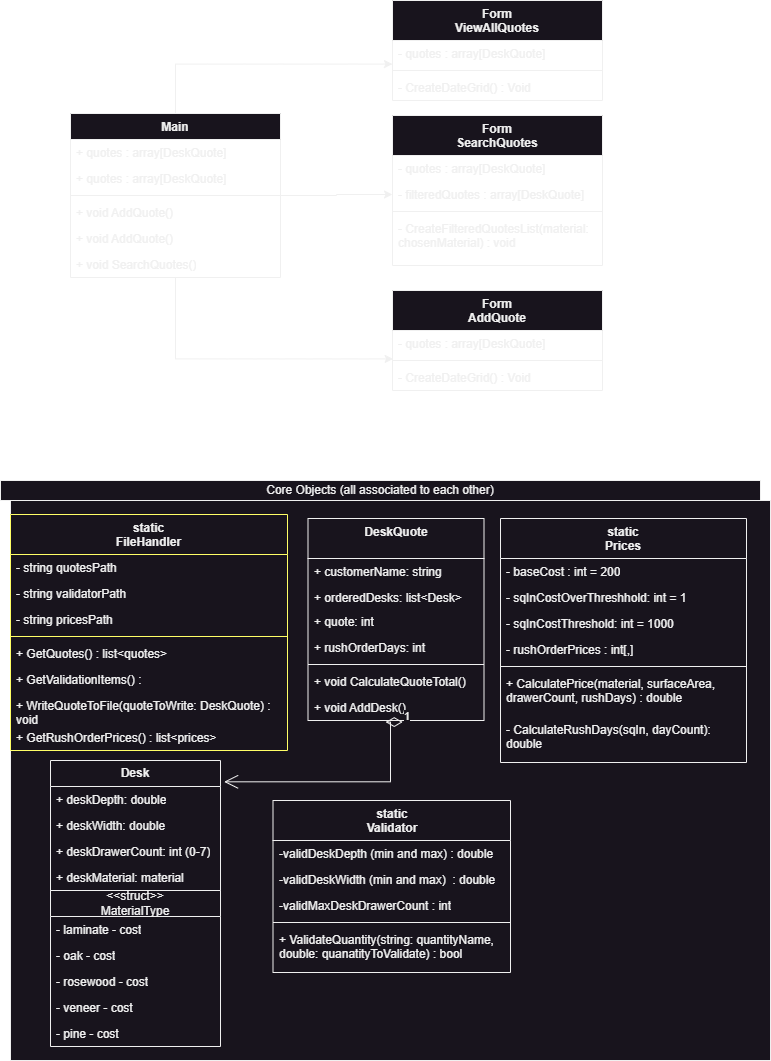
Earlier version of the draw.io export docs/class_diagram_drawio.png (ThomasAMH/Megadesk). Source tidied: cells renumbered, new cells last; positions are measured from the earlier drawing's top-left corner, leaving out a move shared by most shapes.
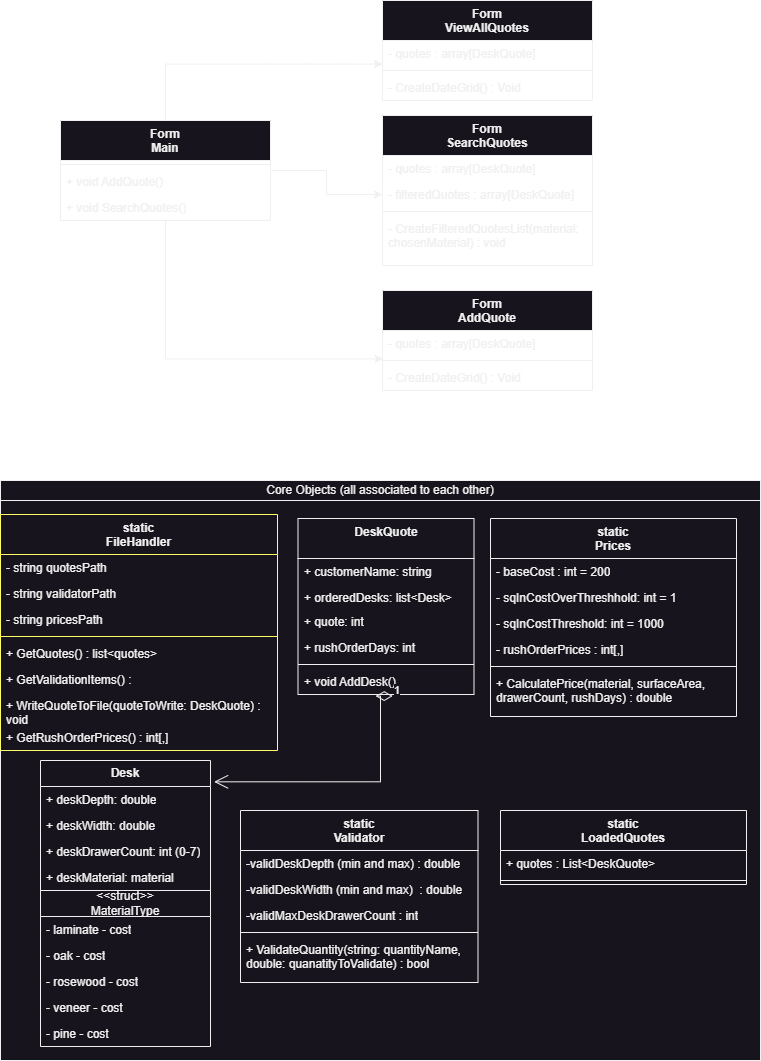
Above is the later version.

The edit, as a diff of the source:
```diff
@@ -24,7 +24,7 @@
       <mxGeometry y="130" width="170" height="26" as="geometry" />
     </mxCell>
     <mxCell id="9" value="DeskQuote" style="swimlane;fontStyle=1;align=center;verticalAlign=top;horizontal=1;startSize=40;whiteSpace=wrap;html=1;" parent="1" vertex="1">
-      <mxGeometry x="307.5" y="518" width="176" height="202" as="geometry" />
+      <mxGeometry x="307.5" y="518" width="176" height="176" as="geometry" />
     </mxCell>
     <mxCell id="10" value="+ customerName: string" style="text;strokeColor=none;fillColor=none;align=left;verticalAlign=top;spacingLeft=4;spacingRight=4;overflow=hidden;whiteSpace=wrap;html=1;" parent="9" vertex="1">
       <mxGeometry y="40" width="176" height="26" as="geometry" />
@@ -41,38 +41,26 @@
     <mxCell id="14" style="line;strokeWidth=1;fillColor=none;align=left;verticalAlign=middle;spacingTop=-1;spacingLeft=3;spacingRight=3;labelPosition=right;strokeColor=inherit;" parent="9" vertex="1">
       <mxGeometry y="142" width="176" height="8" as="geometry" />
     </mxCell>
-    <mxCell id="15" value="+ void CalculateQuoteTotal()" style="text;strokeColor=none;fillColor=none;align=left;verticalAlign=top;spacingLeft=4;spacingRight=4;overflow=hidden;whiteSpace=wrap;html=1;" parent="9" vertex="1">
-      <mxGeometry y="150" width="176" height="26" as="geometry" />
-    </mxCell>
     <mxCell id="16" value="+ void AddDesk()" style="text;strokeColor=none;fillColor=none;align=left;verticalAlign=top;spacingLeft=4;spacingRight=4;overflow=hidden;points=[[0,0.5],[1,0.5]];portConstraint=eastwest;whiteSpace=wrap;html=1;" parent="9" vertex="1">
-      <mxGeometry y="176" width="176" height="26" as="geometry" />
+      <mxGeometry y="150" width="176" height="26" as="geometry" />
     </mxCell>
     <mxCell id="17" style="edgeStyle=orthogonalEdgeStyle;rounded=0;jettySize=auto;html=1;entryX=0;entryY=0.5;entryDx=0;entryDy=0;" parent="1" edge="1" source="18" target="61">
       <mxGeometry relative="1" as="geometry" />
     </mxCell>
-    <mxCell id="18" value="Main" style="swimlane;fontStyle=1;align=center;verticalAlign=top;horizontal=1;startSize=26;whiteSpace=wrap;html=1;" parent="1" vertex="1">
-      <mxGeometry x="70" y="113" width="210" height="164" as="geometry" />
+    <mxCell id="18" value="Form&lt;br&gt;Main" style="swimlane;fontStyle=1;align=center;verticalAlign=top;horizontal=1;startSize=40;whiteSpace=wrap;html=1;" parent="1" vertex="1">
+      <mxGeometry x="70" y="120" width="210" height="100" as="geometry" />
     </mxCell>
-    <mxCell id="19" value="+ quotes : array[DeskQuote]" style="text;strokeColor=none;fillColor=none;align=left;verticalAlign=top;spacingLeft=4;spacingRight=4;overflow=hidden;whiteSpace=wrap;html=1;" parent="18" vertex="1">
-      <mxGeometry y="26" width="210" height="26" as="geometry" />
-    </mxCell>
-    <mxCell id="20" value="+ quotes : array[DeskQuote]" style="text;strokeColor=none;fillColor=none;align=left;verticalAlign=top;spacingLeft=4;spacingRight=4;overflow=hidden;whiteSpace=wrap;html=1;" parent="18" vertex="1">
-      <mxGeometry y="52" width="210" height="26" as="geometry" />
-    </mxCell>
     <mxCell id="21" style="line;strokeWidth=1;fillColor=none;align=left;verticalAlign=middle;spacingTop=-1;spacingLeft=3;spacingRight=3;labelPosition=right;strokeColor=inherit;" parent="18" vertex="1">
-      <mxGeometry y="78" width="210" height="8" as="geometry" />
+      <mxGeometry y="40" width="210" height="8" as="geometry" />
     </mxCell>
-    <mxCell id="22" value="+ void AddQuote()" style="text;strokeColor=none;fillColor=none;align=left;verticalAlign=top;spacingLeft=4;spacingRight=4;overflow=hidden;whiteSpace=wrap;html=1;" parent="18" vertex="1">
-      <mxGeometry y="86" width="210" height="26" as="geometry" />
-    </mxCell>
     <mxCell id="23" value="+ void AddQuote()" style="text;strokeColor=none;fillColor=none;align=left;verticalAlign=top;spacingLeft=4;spacingRight=4;overflow=hidden;whiteSpace=wrap;html=1;" parent="18" vertex="1">
-      <mxGeometry y="112" width="210" height="26" as="geometry" />
+      <mxGeometry y="48" width="210" height="26" as="geometry" />
     </mxCell>
     <mxCell id="24" value="+ void SearchQuotes()" style="text;strokeColor=none;fillColor=none;align=left;verticalAlign=top;spacingLeft=4;spacingRight=4;overflow=hidden;whiteSpace=wrap;html=1;" parent="18" vertex="1">
-      <mxGeometry y="138" width="210" height="26" as="geometry" />
+      <mxGeometry y="74" width="210" height="26" as="geometry" />
     </mxCell>
     <mxCell id="25" value="static&lt;br&gt;Prices" style="swimlane;fontStyle=1;align=center;verticalAlign=top;horizontal=1;startSize=40;whiteSpace=wrap;html=1;" parent="1" vertex="1">
-      <mxGeometry x="500" y="518" width="246" height="244" as="geometry" />
+      <mxGeometry x="500" y="518" width="246" height="198" as="geometry" />
     </mxCell>
     <mxCell id="26" value="- baseCost : int = 200" style="text;strokeColor=none;fillColor=none;align=left;verticalAlign=top;spacingLeft=4;spacingRight=4;overflow=hidden;whiteSpace=wrap;html=1;" parent="25" vertex="1">
       <mxGeometry y="40" width="246" height="26" as="geometry" />
@@ -92,11 +80,8 @@
     <mxCell id="31" value="+ CalculatePrice(material, surfaceArea, drawerCount, rushDays) : double" style="text;strokeColor=none;fillColor=none;align=left;verticalAlign=top;spacingLeft=4;spacingRight=4;overflow=hidden;whiteSpace=wrap;html=1;" parent="25" vertex="1">
       <mxGeometry y="152" width="246" height="46" as="geometry" />
     </mxCell>
-    <mxCell id="32" value="- CalculateRushDays(sqIn, dayCount): double" style="text;strokeColor=none;fillColor=none;align=left;verticalAlign=top;spacingLeft=4;spacingRight=4;overflow=hidden;whiteSpace=wrap;html=1;" parent="25" vertex="1">
-      <mxGeometry y="198" width="246" height="46" as="geometry" />
-    </mxCell>
     <mxCell id="33" value="Core Objects (all associated to each other)" style="html=1;whiteSpace=wrap;" parent="1" vertex="1">
-      <mxGeometry y="480" width="760" height="20" as="geometry" />
+      <mxGeometry x="10" y="480" width="760" height="20" as="geometry" />
     </mxCell>
     <mxCell id="34" value="static&lt;br&gt;FileHandler" style="swimlane;fontStyle=1;align=center;verticalAlign=top;horizontal=1;startSize=40;whiteSpace=wrap;html=1;strokeColor=#FFFF66;" parent="1" vertex="1">
       <mxGeometry x="10" y="514" width="277" height="236" as="geometry" />
@@ -122,7 +107,7 @@
     <mxCell id="41" value="+ WriteQuoteToFile(quoteToWrite: DeskQuote) : void" style="text;strokeColor=none;fillColor=none;align=left;verticalAlign=top;spacingLeft=4;spacingRight=4;overflow=hidden;whiteSpace=wrap;html=1;" parent="34" vertex="1">
       <mxGeometry y="178" width="277" height="32" as="geometry" />
     </mxCell>
-    <mxCell id="42" value="+ GetRushOrderPrices() : list&amp;lt;prices&amp;gt;" style="text;strokeColor=none;fillColor=none;align=left;verticalAlign=top;spacingLeft=4;spacingRight=4;overflow=hidden;whiteSpace=wrap;html=1;" parent="34" vertex="1">
+    <mxCell id="42" value="+ GetRushOrderPrices() : int[,]" style="text;strokeColor=none;fillColor=none;align=left;verticalAlign=top;spacingLeft=4;spacingRight=4;overflow=hidden;whiteSpace=wrap;html=1;" parent="34" vertex="1">
       <mxGeometry y="210" width="277" height="26" as="geometry" />
     </mxCell>
     <mxCell id="43" value="&lt;b&gt;Desk&lt;/b&gt;" style="swimlane;fontStyle=0;horizontal=1;startSize=26;fillColor=none;whiteSpace=wrap;html=1;" parent="1" vertex="1">
@@ -148,7 +133,7 @@
       </mxGeometry>
     </mxCell>
     <mxCell id="49" value="static&lt;br&gt;Validator" style="swimlane;fontStyle=1;align=center;verticalAlign=top;horizontal=1;startSize=40;whiteSpace=wrap;html=1;" parent="1" vertex="1">
-      <mxGeometry x="272.5" y="800" width="237.5" height="172" as="geometry" />
+      <mxGeometry x="250" y="810" width="237.5" height="172" as="geometry" />
     </mxCell>
     <mxCell id="50" value="-validDeskDepth (min and max) : double" style="text;strokeColor=none;fillColor=none;align=left;verticalAlign=top;spacingLeft=4;spacingRight=4;overflow=hidden;whiteSpace=wrap;html=1;" parent="49" vertex="1">
       <mxGeometry y="40" width="237.5" height="26" as="geometry" />
@@ -210,5 +195,14 @@
     <mxCell id="69" style="edgeStyle=orthogonalEdgeStyle;rounded=0;jettySize=auto;html=1;entryX=0.003;entryY=-0.214;entryDx=0;entryDy=0;entryPerimeter=0;" parent="1" edge="1" source="18" target="67">
       <mxGeometry relative="1" as="geometry" />
     </mxCell>
+    <mxCell id="70" value="static&lt;br&gt;LoadedQuotes" style="swimlane;fontStyle=1;align=center;verticalAlign=top;horizontal=1;startSize=40;whiteSpace=wrap;html=1;" parent="1" vertex="1">
+      <mxGeometry x="510" y="810" width="246" height="74" as="geometry" />
+    </mxCell>
+    <mxCell id="19" value="+ quotes : List&amp;lt;DeskQuote&amp;gt;" style="text;strokeColor=none;fillColor=none;align=left;verticalAlign=top;spacingLeft=4;spacingRight=4;overflow=hidden;whiteSpace=wrap;html=1;" parent="70" vertex="1">
+      <mxGeometry y="40" width="246" height="26" as="geometry" />
+    </mxCell>
+    <mxCell id="71" style="line;strokeWidth=1;fillColor=none;align=left;verticalAlign=middle;spacingTop=-1;spacingLeft=3;spacingRight=3;labelPosition=right;strokeColor=inherit;" parent="70" vertex="1">
+      <mxGeometry y="66" width="246" height="8" as="geometry" />
+    </mxCell>
   </root>
 </mxGraphModel>
```
